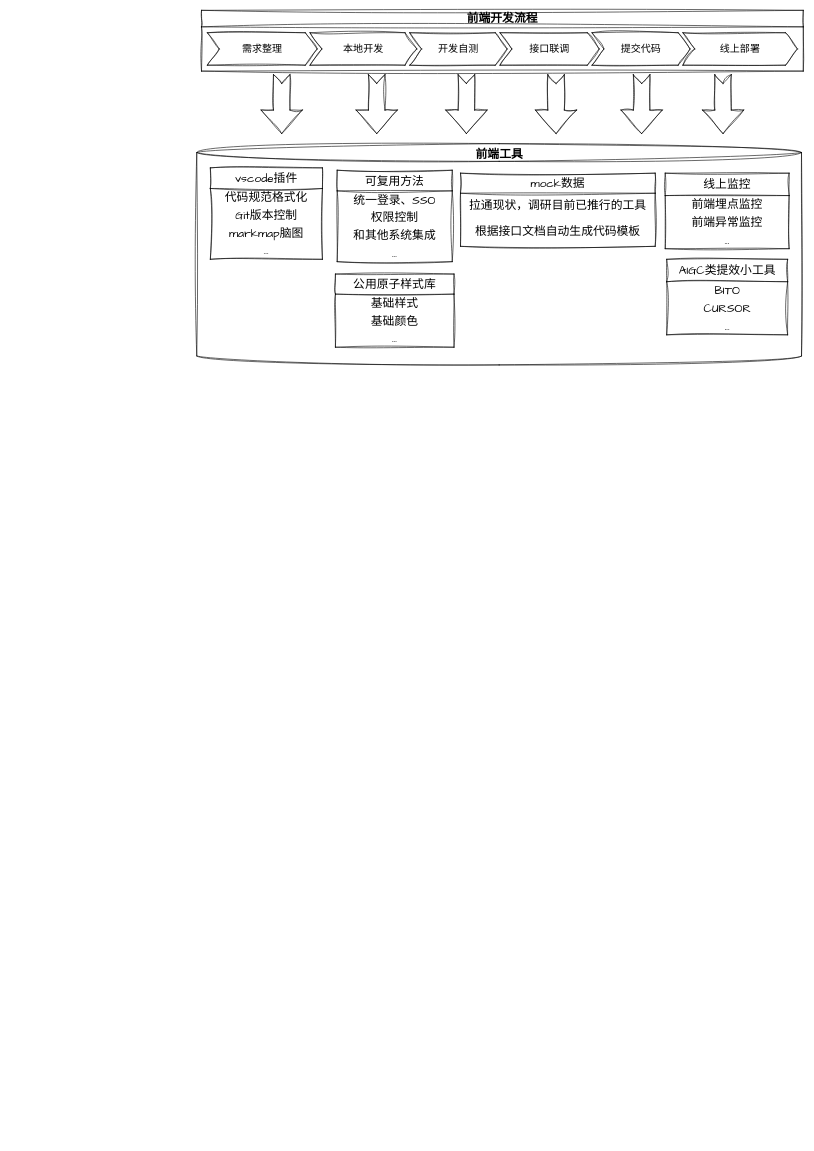
The draw.io diagram 前端基建.drawio in Dinosly/fe-interview, before the edit. Source tidied: cells renumbered, new cells numbered last; positions are measured from the earlier drawing's top-left corner, leaving out a move shared by most shapes. Both pictures are drawn from the tidied source at 59%, with x=0, y=0 at pixel (196, 10).
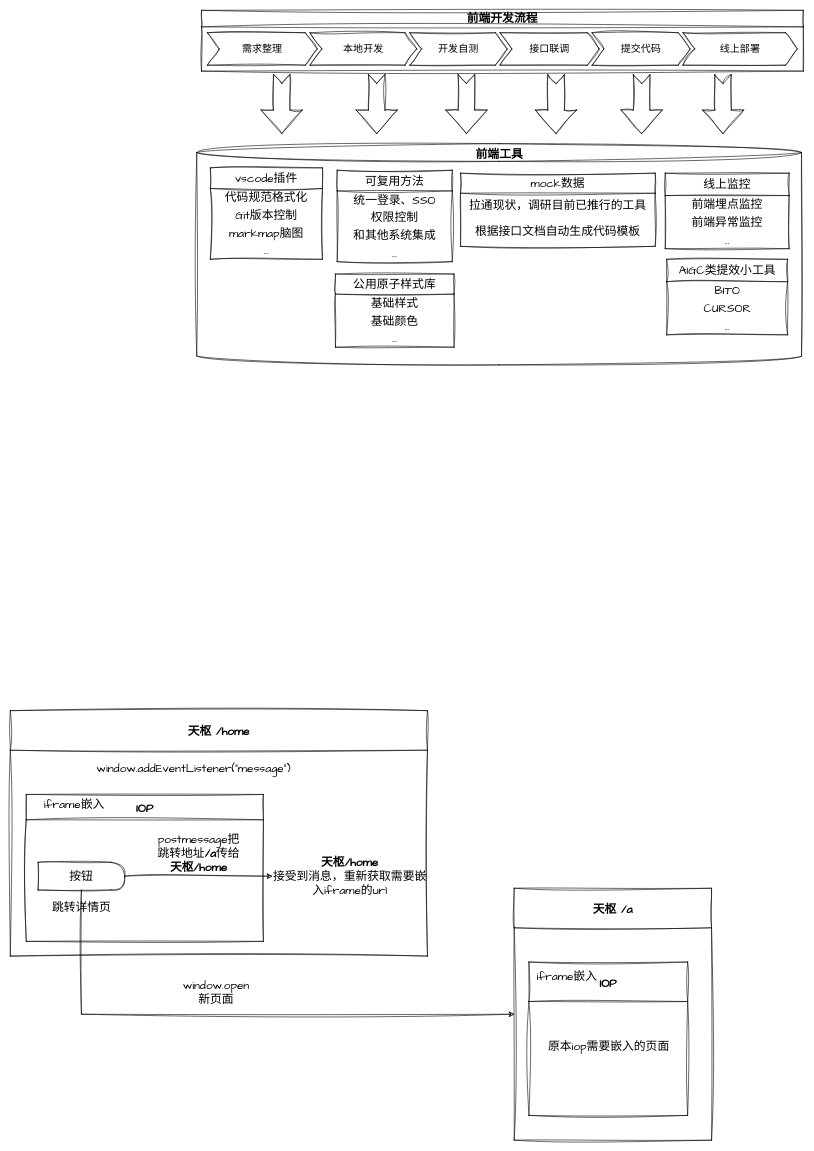
The same diagram, later.

Commit message:
更新前端基建.drawio

The edit, as a diff of the source:
```diff
@@
+    <mxCell id="42" value="天枢 /home" style="swimlane;sketch=1;hachureGap=4;jiggle=2;curveFitting=1;fontFamily=Architects Daughter;fontSize=20;startSize=67;" parent="1" vertex="1">
+      <mxGeometry x="-316" y="1187" width="707" height="416" as="geometry" />
+    </mxCell>
+    <mxCell id="43" value="IOP" style="swimlane;sketch=1;hachureGap=4;jiggle=2;curveFitting=1;fontFamily=Architects Daughter;fontSize=20;startSize=43;" parent="42" vertex="1">
+      <mxGeometry x="27" y="142" width="402" height="249" as="geometry" />
+    </mxCell>
+    <mxCell id="44" value="按钮" style="shape=delay;whiteSpace=wrap;html=1;sketch=1;hachureGap=4;jiggle=2;curveFitting=1;fontFamily=Architects Daughter;fontSize=20;" parent="43" vertex="1">
+      <mxGeometry x="20.1" y="115" width="146.8" height="47" as="geometry" />
+    </mxCell>
+    <mxCell id="45" value="跳转详情页" style="text;html=1;strokeColor=none;fillColor=none;align=center;verticalAlign=middle;whiteSpace=wrap;rounded=0;fontSize=20;fontFamily=Architects Daughter;" parent="43" vertex="1">
+      <mxGeometry x="28.5" y="176" width="130" height="30" as="geometry" />
+    </mxCell>
+    <mxCell id="46" value="iframe嵌入" style="text;html=1;align=center;verticalAlign=middle;strokeColor=none;fillColor=none;fontSize=20;fontFamily=Architects Daughter;" parent="43" vertex="1">
+      <mxGeometry x="20.1" y="-2" width="121" height="36" as="geometry" />
+    </mxCell>
+    <mxCell id="47" value="&lt;b&gt;天枢/home&lt;/b&gt;&lt;br&gt;接受到消息，重新获取需要嵌入iframe的url" style="text;html=1;strokeColor=none;fillColor=none;align=center;verticalAlign=middle;whiteSpace=wrap;rounded=0;fontSize=20;fontFamily=Architects Daughter;" parent="42" vertex="1">
+      <mxGeometry x="444" y="253" width="263" height="55" as="geometry" />
+    </mxCell>
+    <mxCell id="48" style="edgeStyle=orthogonalEdgeStyle;rounded=0;sketch=1;hachureGap=4;jiggle=2;curveFitting=1;jettySize=auto;html=1;entryX=0;entryY=0.5;entryDx=0;entryDy=0;fontFamily=Architects Daughter;fontSize=16;" parent="42" edge="1" source="44" target="47">
+      <mxGeometry relative="1" as="geometry" />
+    </mxCell>
+    <mxCell id="49" value="postmessage把跳转地址&lt;b&gt;/a&lt;/b&gt;传给&lt;b&gt;天枢/home&lt;/b&gt;" style="text;html=1;strokeColor=none;fillColor=none;align=center;verticalAlign=middle;whiteSpace=wrap;rounded=0;fontSize=20;fontFamily=Architects Daughter;" parent="42" vertex="1">
+      <mxGeometry x="242" y="188.5" width="155" height="106" as="geometry" />
+    </mxCell>
+    <mxCell id="50" value="window.addEventListener(&quot;message&quot;)" style="text;html=1;strokeColor=none;fillColor=none;align=center;verticalAlign=middle;whiteSpace=wrap;rounded=0;fontSize=20;fontFamily=Architects Daughter;" parent="42" vertex="1">
+      <mxGeometry x="256" y="70" width="110" height="55" as="geometry" />
+    </mxCell>
+    <mxCell id="51" value="天枢 /a" style="swimlane;sketch=1;hachureGap=4;jiggle=2;curveFitting=1;fontFamily=Architects Daughter;fontSize=20;startSize=67;" parent="1" vertex="1">
+      <mxGeometry x="538" y="1488" width="334.5" height="427" as="geometry" />
+    </mxCell>
+    <mxCell id="52" value="IOP" style="swimlane;sketch=1;hachureGap=4;jiggle=2;curveFitting=1;fontFamily=Architects Daughter;fontSize=20;startSize=67;" parent="51" vertex="1">
+      <mxGeometry x="25" y="125" width="269" height="260" as="geometry" />
+    </mxCell>
+    <mxCell id="53" value="原本iop需要嵌入的页面" style="text;html=1;align=center;verticalAlign=middle;strokeColor=none;fillColor=none;fontSize=20;fontFamily=Architects Daughter;" parent="52" vertex="1">
+      <mxGeometry x="23" y="125" width="223" height="36" as="geometry" />
+    </mxCell>
+    <mxCell id="54" value="iframe嵌入" style="text;html=1;align=center;verticalAlign=middle;strokeColor=none;fillColor=none;fontSize=20;fontFamily=Architects Daughter;" parent="52" vertex="1">
+      <mxGeometry x="3" y="6" width="121" height="36" as="geometry" />
+    </mxCell>
+    <mxCell id="55" value="window.open新页面" style="text;html=1;strokeColor=none;fillColor=none;align=center;verticalAlign=middle;whiteSpace=wrap;rounded=0;fontSize=20;fontFamily=Architects Daughter;" parent="1" vertex="1">
+      <mxGeometry x="-30" y="1636" width="126" height="55" as="geometry" />
+    </mxCell>
+    <mxCell id="56" style="edgeStyle=orthogonalEdgeStyle;rounded=0;sketch=1;hachureGap=4;jiggle=2;curveFitting=1;jettySize=auto;html=1;exitX=0.5;exitY=1;exitDx=0;exitDy=0;fontFamily=Architects Daughter;fontSize=16;entryX=0;entryY=0.5;entryDx=0;entryDy=0;" parent="1" edge="1" source="44" target="51">
+      <mxGeometry relative="1" as="geometry" />
+    </mxCell>
```
